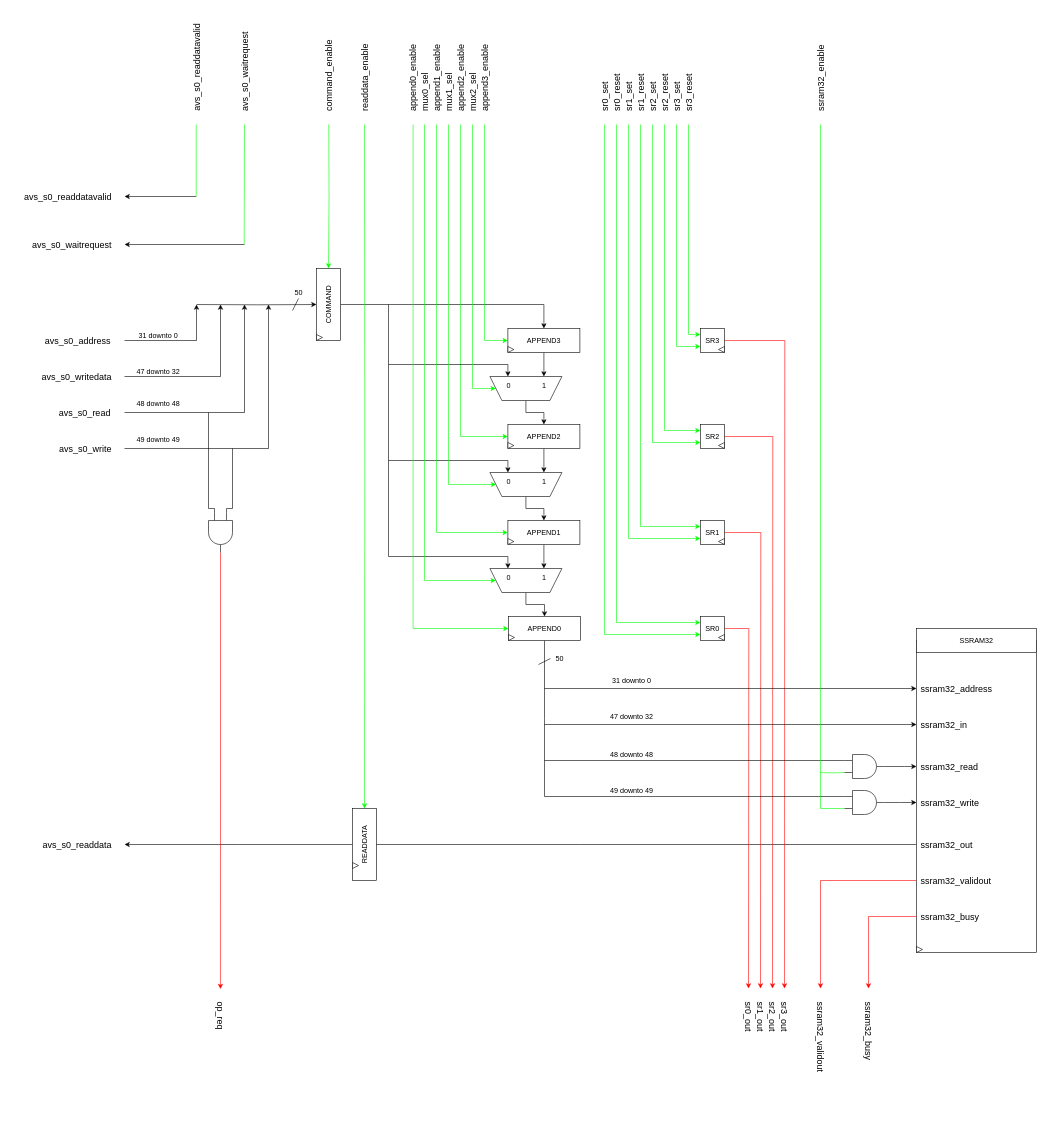
This is page "rtl_avalonside" (2 of 3) of rtl/avalon_hyperRAM_interface.drawio from AndreaBononi/IP_cores, a draw.io file, before an edit. Source tidied: cells renumbered, new cells numbered last; positions are measured from the earlier drawing's top-left corner, leaving out a move shared by most shapes. Both pictures are drawn from the tidied source at 60%, with x=0, y=0 at pixel (10, 52).
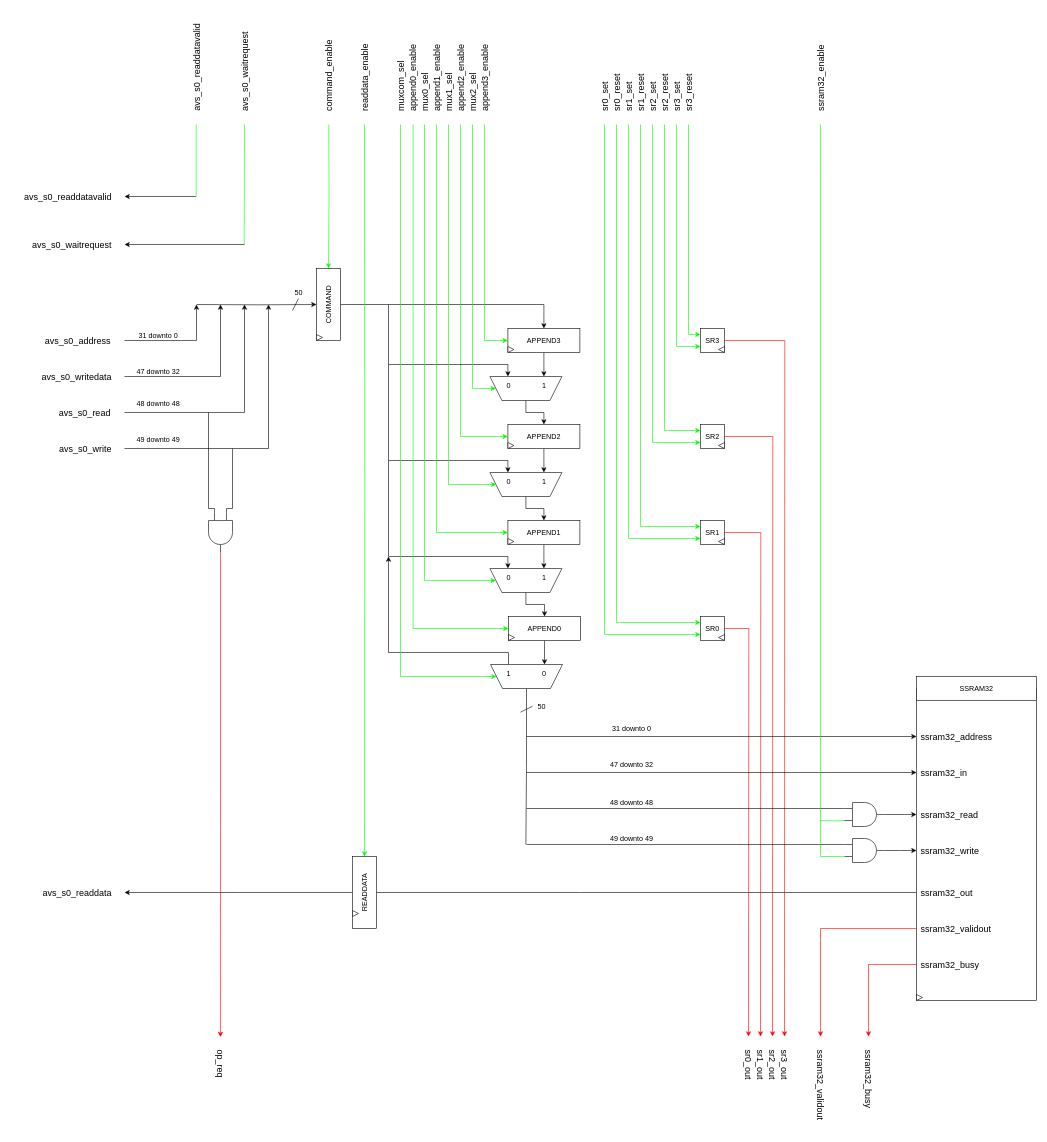
Above is the later version.

Unchanged cells that the change refers to:
```xml
<mxCell id="61" value="APPEND0" style="rounded=0;whiteSpace=wrap;html=1;direction=west;horizontal=1;" parent="1" vertex="1">
  <mxGeometry x="830" y="940" width="120" height="40" as="geometry" />
</mxCell>
<mxCell id="71" value="SR3" style="rounded=0;whiteSpace=wrap;html=1;" parent="1" vertex="1">
  <mxGeometry x="1150" y="460" width="40" height="40" as="geometry" />
</mxCell>
<mxCell id="74" value="SR2" style="rounded=0;whiteSpace=wrap;html=1;" parent="1" vertex="1">
  <mxGeometry x="1150" y="620" width="40" height="40" as="geometry" />
</mxCell>
<mxCell id="76" value="SR1" style="rounded=0;whiteSpace=wrap;html=1;" parent="1" vertex="1">
  <mxGeometry x="1150" y="780" width="40" height="40" as="geometry" />
</mxCell>
<mxCell id="78" value="SR0" style="rounded=0;whiteSpace=wrap;html=1;" parent="1" vertex="1">
  <mxGeometry x="1150" y="940" width="40" height="40" as="geometry" />
</mxCell>
<mxCell id="142" style="verticalLabelPosition=bottom;shadow=0;dashed=0;align=center;html=1;verticalAlign=top;shape=mxgraph.electrical.logic_gates.logic_gate;operation=and;direction=south;" parent="1" vertex="1">
  <mxGeometry x="330" y="766.7" width="40" height="66.7" as="geometry" />
</mxCell>
```

The edit, as a diff of the source:
```diff
@@
     <mxCell id="2" style="edgeStyle=orthogonalEdgeStyle;rounded=0;orthogonalLoop=1;jettySize=auto;html=1;entryX=0.5;entryY=0;entryDx=0;entryDy=0;" parent="1" edge="1">
       <mxGeometry relative="1" as="geometry">
-        <mxPoint x="1510" y="1320" as="sourcePoint" />
-        <mxPoint x="590" y="1320" as="targetPoint" />
+        <mxPoint x="1510" y="1400" as="sourcePoint" />
+        <mxPoint x="590" y="1400" as="targetPoint" />
         <Array as="points">
-          <mxPoint x="950" y="1320" />
-          <mxPoint x="950" y="1320" />
+          <mxPoint x="950" y="1400" />
+          <mxPoint x="950" y="1400" />
         </Array>
       </mxGeometry>
     </mxCell>
@@
     <mxCell id="4" value="avs_s0_readdata" style="text;html=1;align=right;verticalAlign=middle;strokeColor=none;fillColor=none;fontSize=15;" parent="1" vertex="1">
-      <mxGeometry x="30" y="1305" width="140" height="30" as="geometry" />
+      <mxGeometry x="30" y="1385" width="140" height="30" as="geometry" />
     </mxCell>
@@
     <mxCell id="13" style="edgeStyle=orthogonalEdgeStyle;rounded=0;orthogonalLoop=1;jettySize=auto;html=1;strokeColor=#FF0000;" parent="1" edge="1">
       <mxGeometry relative="1" as="geometry">
-        <mxPoint x="1510" y="1380" as="sourcePoint" />
-        <mxPoint x="1350" y="1560" as="targetPoint" />
+        <mxPoint x="1510" y="1460" as="sourcePoint" />
+        <mxPoint x="1350" y="1640" as="targetPoint" />
         <Array as="points">
-          <mxPoint x="1350" y="1380" />
+          <mxPoint x="1350" y="1460" />
         </Array>
       </mxGeometry>
     </mxCell>
     <mxCell id="14" style="rounded=0;whiteSpace=wrap;html=1;" parent="1" vertex="1">
-      <mxGeometry x="1510" y="980" width="200" height="520" as="geometry" />
+      <mxGeometry x="1510" y="1060" width="200" height="520" as="geometry" />
     </mxCell>
     <mxCell id="15" style="triangle;whiteSpace=wrap;html=1;" parent="1" vertex="1">
-      <mxGeometry x="1510" y="1490" width="10" height="10" as="geometry" />
+      <mxGeometry x="1510" y="1570" width="10" height="10" as="geometry" />
     </mxCell>
@@
     <mxCell id="19" value="&lt;font style=&quot;font-size: 15px;&quot;&gt;ssram32_address&lt;/font&gt;" style="text;html=1;align=left;verticalAlign=middle;strokeColor=none;fillColor=none;" parent="1" vertex="1">
-      <mxGeometry x="1515" y="1045" width="140" height="30" as="geometry" />
+      <mxGeometry x="1515" y="1125" width="140" height="30" as="geometry" />
     </mxCell>
     <mxCell id="20" value="SSRAM32" style="rounded=0;whiteSpace=wrap;html=1;" parent="1" vertex="1">
-      <mxGeometry x="1510" y="960" width="200" height="40" as="geometry" />
+      <mxGeometry x="1510" y="1040" width="200" height="40" as="geometry" />
     </mxCell>
@@
     <mxCell id="22" value="&lt;div&gt;&lt;font style=&quot;font-size: 15px;&quot;&gt;ssram32_out&lt;/font&gt;&lt;/div&gt;" style="text;html=1;align=left;verticalAlign=middle;strokeColor=none;fillColor=none;" parent="1" vertex="1">
-      <mxGeometry x="1515" y="1305" width="110" height="30" as="geometry" />
+      <mxGeometry x="1515" y="1385" width="110" height="30" as="geometry" />
     </mxCell>
     <mxCell id="23" value="&lt;div&gt;&lt;font style=&quot;font-size: 15px;&quot;&gt;ssram32_in&lt;/font&gt;&lt;/div&gt;" style="text;html=1;align=left;verticalAlign=middle;strokeColor=none;fillColor=none;" parent="1" vertex="1">
-      <mxGeometry x="1515" y="1105" width="100" height="30" as="geometry" />
+      <mxGeometry x="1515" y="1185" width="100" height="30" as="geometry" />
     </mxCell>
     <mxCell id="24" value="&lt;font style=&quot;font-size: 15px;&quot;&gt;ssram32_&lt;font style=&quot;font-size: 15px;&quot;&gt;validout&lt;/font&gt;&lt;/font&gt;" style="text;html=1;align=left;verticalAlign=middle;strokeColor=none;fillColor=none;" parent="1" vertex="1">
-      <mxGeometry x="1515" y="1365" width="140" height="30" as="geometry" />
+      <mxGeometry x="1515" y="1445" width="140" height="30" as="geometry" />
     </mxCell>
     <mxCell id="25" value="&lt;font style=&quot;font-size: 15px;&quot;&gt;ssram32_write&lt;/font&gt;" style="text;html=1;align=left;verticalAlign=middle;strokeColor=none;fillColor=none;rotation=0;" parent="1" vertex="1">
-      <mxGeometry x="1515" y="1235" width="120" height="30" as="geometry" />
+      <mxGeometry x="1515" y="1315" width="120" height="30" as="geometry" />
     </mxCell>
     <mxCell id="26" value="&lt;font style=&quot;font-size: 15px;&quot;&gt;ssram32_read&lt;/font&gt;" style="text;html=1;align=left;verticalAlign=middle;strokeColor=none;fillColor=none;rotation=0;" parent="1" vertex="1">
-      <mxGeometry x="1515" y="1175" width="120" height="30" as="geometry" />
+      <mxGeometry x="1515" y="1255" width="120" height="30" as="geometry" />
     </mxCell>
@@
     <mxCell id="33" style="edgeStyle=orthogonalEdgeStyle;rounded=0;jettySize=auto;html=1;exitX=0.5;exitY=1;exitDx=0;exitDy=0;" parent="1" edge="1" source="35">
       <mxGeometry relative="1" as="geometry">
-        <mxPoint x="190" y="1320" as="targetPoint" />
+        <mxPoint x="190" y="1400" as="targetPoint" />
       </mxGeometry>
     </mxCell>
@@
     <mxCell id="35" value="READDATA" style="rounded=0;whiteSpace=wrap;html=1;direction=south;horizontal=0;" parent="1" vertex="1">
-      <mxGeometry x="570" y="1260" width="40" height="120" as="geometry" />
+      <mxGeometry x="570" y="1340" width="40" height="120" as="geometry" />
     </mxCell>
     <mxCell id="36" style="triangle;whiteSpace=wrap;html=1;direction=east;" parent="1" vertex="1">
-      <mxGeometry x="570" y="1350" width="10" height="10" as="geometry" />
+      <mxGeometry x="570" y="1430" width="10" height="10" as="geometry" />
     </mxCell>
     <mxCell id="37" value="op_req" style="text;html=1;align=left;verticalAlign=middle;strokeColor=none;fillColor=none;fontSize=15;rotation=90;" parent="1" vertex="1">
-      <mxGeometry x="315" y="1600" width="70" height="30" as="geometry" />
+      <mxGeometry x="315" y="1680" width="70" height="30" as="geometry" />
     </mxCell>
@@
-    <mxCell id="60" style="edgeStyle=orthogonalEdgeStyle;rounded=0;jettySize=auto;html=1;exitX=0.5;exitY=0;exitDx=0;exitDy=0;endArrow=none;endFill=0;" parent="1" edge="1" source="61">
+    <mxCell id="60" style="edgeStyle=orthogonalEdgeStyle;rounded=0;jettySize=auto;html=1;endArrow=none;endFill=0;exitX=0.5;exitY=0;exitDx=0;exitDy=0;" parent="1" edge="1" source="149">
       <mxGeometry relative="1" as="geometry">
-        <mxPoint x="890" y="1240" as="targetPoint" />
+        <mxPoint x="859" y="1320" as="targetPoint" />
       </mxGeometry>
     </mxCell>
+    <mxCell id="146" style="edgeStyle=orthogonalEdgeStyle;rounded=0;jettySize=auto;html=1;exitX=0.5;exitY=0;exitDx=0;exitDy=0;entryX=0.25;entryY=1;entryDx=0;entryDy=0;" parent="1" edge="1" source="61" target="149">
+      <mxGeometry relative="1" as="geometry" />
+    </mxCell>
@@
     <mxCell id="66" style="edgeStyle=orthogonalEdgeStyle;rounded=0;jettySize=auto;html=1;exitX=1;exitY=0.5;exitDx=0;exitDy=0;strokeColor=#FF0000;" parent="1" edge="1" source="71">
       <mxGeometry relative="1" as="geometry">
-        <mxPoint x="1290" y="1560" as="targetPoint" />
+        <mxPoint x="1290" y="1640" as="targetPoint" />
       </mxGeometry>
     </mxCell>
@@
     <mxCell id="73" style="edgeStyle=orthogonalEdgeStyle;rounded=0;jettySize=auto;html=1;exitX=1;exitY=0.5;exitDx=0;exitDy=0;strokeColor=#FF0000;" parent="1" edge="1" source="74">
       <mxGeometry relative="1" as="geometry">
-        <mxPoint x="1270" y="1560" as="targetPoint" />
+        <mxPoint x="1270" y="1640" as="targetPoint" />
       </mxGeometry>
     </mxCell>
@@
     <mxCell id="75" style="edgeStyle=orthogonalEdgeStyle;rounded=0;jettySize=auto;html=1;exitX=1;exitY=0.5;exitDx=0;exitDy=0;strokeColor=#FF0000;" parent="1" edge="1" source="76">
       <mxGeometry relative="1" as="geometry">
-        <mxPoint x="1250" y="1560" as="targetPoint" />
+        <mxPoint x="1250" y="1640" as="targetPoint" />
       </mxGeometry>
     </mxCell>
@@
     <mxCell id="77" style="edgeStyle=orthogonalEdgeStyle;rounded=0;jettySize=auto;html=1;exitX=1;exitY=0.5;exitDx=0;exitDy=0;strokeColor=#FF0000;" parent="1" edge="1" source="78">
       <mxGeometry relative="1" as="geometry">
-        <mxPoint x="1230" y="1560" as="targetPoint" />
+        <mxPoint x="1230" y="1640" as="targetPoint" />
       </mxGeometry>
     </mxCell>
@@
     <mxCell id="90" style="endArrow=none;html=1;rounded=0;endFill=0;entryX=0;entryY=0.25;entryDx=0;entryDy=0;entryPerimeter=0;" parent="1" edge="1" target="104">
       <mxGeometry relative="1" as="geometry">
-        <mxPoint x="890" y="1180" as="sourcePoint" />
+        <mxPoint x="860" y="1260" as="sourcePoint" />
       </mxGeometry>
     </mxCell>
     <mxCell id="91" style="endArrow=none;html=1;rounded=0;endFill=0;" parent="1" edge="1">
       <mxGeometry relative="1" as="geometry">
-        <mxPoint x="890" y="1240" as="sourcePoint" />
-        <mxPoint x="1390" y="1240" as="targetPoint" />
+        <mxPoint x="860" y="1320" as="sourcePoint" />
+        <mxPoint x="1390" y="1320" as="targetPoint" />
       </mxGeometry>
     </mxCell>
     <mxCell id="92" style="endArrow=classic;html=1;rounded=0;" parent="1" edge="1">
       <mxGeometry relative="1" as="geometry">
-        <mxPoint x="890" y="1120" as="sourcePoint" />
-        <mxPoint x="1510" y="1120" as="targetPoint" />
+        <mxPoint x="860" y="1200" as="sourcePoint" />
+        <mxPoint x="1510" y="1200" as="targetPoint" />
       </mxGeometry>
     </mxCell>
     <mxCell id="93" style="endArrow=classic;html=1;rounded=0;" parent="1" edge="1">
       <mxGeometry relative="1" as="geometry">
-        <mxPoint x="890" y="1060" as="sourcePoint" />
-        <mxPoint x="1510" y="1060" as="targetPoint" />
+        <mxPoint x="860" y="1140" as="sourcePoint" />
+        <mxPoint x="1510" y="1140" as="targetPoint" />
       </mxGeometry>
     </mxCell>
@@
     <mxCell id="96" style="endArrow=none;html=1;rounded=0;" parent="1" edge="1">
       <mxGeometry relative="1" as="geometry">
-        <mxPoint x="880" y="1020" as="sourcePoint" />
-        <mxPoint x="900" y="1010" as="targetPoint" />
+        <mxPoint x="850" y="1099.5" as="sourcePoint" />
+        <mxPoint x="870" y="1089.5" as="targetPoint" />
       </mxGeometry>
     </mxCell>
     <mxCell id="97" value="50" style="text;html=1;align=center;verticalAlign=middle;strokeColor=none;fillColor=none;" parent="1" vertex="1">
-      <mxGeometry x="895" y="995" width="40" height="30" as="geometry" />
+      <mxGeometry x="865" y="1074.5" width="40" height="30" as="geometry" />
     </mxCell>
     <mxCell id="98" value="&lt;font style=&quot;font-size: 12px;&quot;&gt;31 downto 0&lt;/font&gt;" style="text;html=1;align=center;verticalAlign=middle;strokeColor=none;fillColor=none;fontSize=15;" parent="1" vertex="1">
-      <mxGeometry x="990" y="1030" width="90" height="30" as="geometry" />
+      <mxGeometry x="990" y="1110" width="90" height="30" as="geometry" />
     </mxCell>
     <mxCell id="99" value="&lt;font style=&quot;font-size: 12px;&quot;&gt;47 downto 32&lt;/font&gt;" style="text;html=1;align=center;verticalAlign=middle;strokeColor=none;fillColor=none;fontSize=15;" parent="1" vertex="1">
-      <mxGeometry x="985" y="1090" width="100" height="30" as="geometry" />
+      <mxGeometry x="985" y="1170" width="100" height="30" as="geometry" />
     </mxCell>
     <mxCell id="100" value="48 downto 48" style="text;html=1;align=center;verticalAlign=middle;strokeColor=none;fillColor=none;" parent="1" vertex="1">
-      <mxGeometry x="985" y="1155" width="100" height="30" as="geometry" />
+      <mxGeometry x="985" y="1235" width="100" height="30" as="geometry" />
     </mxCell>
     <mxCell id="101" value="49 downto 49" style="text;html=1;align=center;verticalAlign=middle;strokeColor=none;fillColor=none;" parent="1" vertex="1">
-      <mxGeometry x="985" y="1215" width="100" height="30" as="geometry" />
+      <mxGeometry x="985" y="1295" width="100" height="30" as="geometry" />
     </mxCell>
     <mxCell id="102" style="edgeStyle=orthogonalEdgeStyle;rounded=0;jettySize=auto;html=1;exitX=1;exitY=0.5;exitDx=0;exitDy=0;exitPerimeter=0;" parent="1" edge="1" source="104">
       <mxGeometry relative="1" as="geometry">
-        <mxPoint x="1510" y="1190" as="targetPoint" />
+        <mxPoint x="1510" y="1270" as="targetPoint" />
         <Array as="points">
-          <mxPoint x="1490" y="1190" />
-          <mxPoint x="1490" y="1190" />
+          <mxPoint x="1490" y="1270" />
+          <mxPoint x="1490" y="1270" />
         </Array>
       </mxGeometry>
     </mxCell>
     <mxCell id="103" style="edgeStyle=orthogonalEdgeStyle;rounded=0;jettySize=auto;html=1;exitX=0;exitY=0.75;exitDx=0;exitDy=0;exitPerimeter=0;entryX=0;entryY=0.75;entryDx=0;entryDy=0;entryPerimeter=0;strokeColor=#00FF00;endArrow=none;endFill=0;" parent="1" edge="1" target="104">
       <mxGeometry relative="1" as="geometry">
-        <mxPoint x="1350" y="1200.1" as="sourcePoint" />
+        <mxPoint x="1350" y="1280.1" as="sourcePoint" />
       </mxGeometry>
     </mxCell>
     <mxCell id="104" style="verticalLabelPosition=bottom;shadow=0;dashed=0;align=center;html=1;verticalAlign=top;shape=mxgraph.electrical.logic_gates.logic_gate;operation=and;" parent="1" vertex="1">
-      <mxGeometry x="1390" y="1170" width="66.7" height="40" as="geometry" />
+      <mxGeometry x="1390" y="1250" width="66.7" height="40" as="geometry" />
     </mxCell>
     <mxCell id="105" style="edgeStyle=orthogonalEdgeStyle;rounded=0;jettySize=auto;html=1;exitX=1;exitY=0.5;exitDx=0;exitDy=0;exitPerimeter=0;" parent="1" edge="1" source="107">
       <mxGeometry relative="1" as="geometry">
-        <mxPoint x="1510" y="1250" as="targetPoint" />
+        <mxPoint x="1510" y="1330" as="targetPoint" />
       </mxGeometry>
     </mxCell>
-    <mxCell id="106" style="edgeStyle=orthogonalEdgeStyle;rounded=0;jettySize=auto;html=1;exitX=0;exitY=0.75;exitDx=0;exitDy=0;exitPerimeter=0;entryX=0;entryY=0.75;entryDx=0;entryDy=0;entryPerimeter=0;strokeColor=#00FF00;endArrow=none;endFill=0;" parent="1" edge="1" target="107">
+    <mxCell id="106" style="edgeStyle=orthogonalEdgeStyle;rounded=0;jettySize=auto;html=1;entryX=0;entryY=0.75;entryDx=0;entryDy=0;entryPerimeter=0;strokeColor=#00FF00;endArrow=none;endFill=0;" parent="1" edge="1" target="107">
       <mxGeometry relative="1" as="geometry">
         <mxPoint x="1350" y="120" as="sourcePoint" />
         <Array as="points">
-          <mxPoint x="1350" y="120" />
-          <mxPoint x="1350" y="1260" />
+          <mxPoint x="1350" y="200" />
+          <mxPoint x="1350" y="1340" />
         </Array>
       </mxGeometry>
     </mxCell>
     <mxCell id="107" style="verticalLabelPosition=bottom;shadow=0;dashed=0;align=center;html=1;verticalAlign=top;shape=mxgraph.electrical.logic_gates.logic_gate;operation=and;" parent="1" vertex="1">
-      <mxGeometry x="1390" y="1230" width="66.7" height="40" as="geometry" />
+      <mxGeometry x="1390" y="1310" width="66.7" height="40" as="geometry" />
     </mxCell>
@@
     <mxCell id="134" value="sr0_out" style="text;html=1;align=left;verticalAlign=middle;strokeColor=none;fillColor=none;fontSize=15;rotation=90;" parent="1" vertex="1">
-      <mxGeometry x="1195" y="1600" width="70" height="30" as="geometry" />
+      <mxGeometry x="1195" y="1680" width="70" height="30" as="geometry" />
     </mxCell>
     <mxCell id="135" value="&lt;div&gt;sr1_out&lt;/div&gt;" style="text;html=1;align=left;verticalAlign=middle;strokeColor=none;fillColor=none;fontSize=15;rotation=90;" parent="1" vertex="1">
-      <mxGeometry x="1215" y="1600" width="70" height="30" as="geometry" />
+      <mxGeometry x="1215" y="1680" width="70" height="30" as="geometry" />
     </mxCell>
     <mxCell id="136" value="sr2_out" style="text;html=1;align=left;verticalAlign=middle;strokeColor=none;fillColor=none;fontSize=15;rotation=90;" parent="1" vertex="1">
-      <mxGeometry x="1235" y="1600" width="70" height="30" as="geometry" />
+      <mxGeometry x="1235" y="1680" width="70" height="30" as="geometry" />
     </mxCell>
     <mxCell id="137" value="sr3_out" style="text;html=1;align=left;verticalAlign=middle;strokeColor=none;fillColor=none;fontSize=15;rotation=90;" parent="1" vertex="1">
-      <mxGeometry x="1255" y="1600" width="70" height="30" as="geometry" />
+      <mxGeometry x="1255" y="1680" width="70" height="30" as="geometry" />
     </mxCell>
     <mxCell id="138" value="ssram32_validout" style="text;html=1;align=left;verticalAlign=middle;strokeColor=none;fillColor=none;fontSize=15;rotation=90;" parent="1" vertex="1">
-      <mxGeometry x="1280" y="1635" width="140" height="30" as="geometry" />
+      <mxGeometry x="1280" y="1715" width="140" height="30" as="geometry" />
     </mxCell>
@@
     <mxCell id="141" style="edgeStyle=orthogonalEdgeStyle;rounded=0;jettySize=auto;html=1;exitX=1;exitY=0.5;exitDx=0;exitDy=0;exitPerimeter=0;strokeColor=#FF0000;" parent="1" edge="1" source="142">
       <mxGeometry relative="1" as="geometry">
-        <mxPoint x="349.9" y="1560.9" as="targetPoint" />
+        <mxPoint x="349.9" y="1640.9" as="targetPoint" />
       </mxGeometry>
     </mxCell>
@@
     <mxCell id="143" value="&lt;font style=&quot;font-size: 15px;&quot;&gt;ssram32_busy&lt;/font&gt;" style="text;html=1;align=left;verticalAlign=middle;strokeColor=none;fillColor=none;" parent="1" vertex="1">
-      <mxGeometry x="1515" y="1425" width="120" height="30" as="geometry" />
+      <mxGeometry x="1515" y="1505" width="120" height="30" as="geometry" />
     </mxCell>
     <mxCell id="144" style="edgeStyle=orthogonalEdgeStyle;rounded=0;orthogonalLoop=1;jettySize=auto;html=1;strokeColor=#FF0000;" parent="1" edge="1">
       <mxGeometry relative="1" as="geometry">
-        <mxPoint x="1510" y="1440" as="sourcePoint" />
-        <mxPoint x="1430" y="1560" as="targetPoint" />
+        <mxPoint x="1510" y="1520" as="sourcePoint" />
+        <mxPoint x="1430" y="1640" as="targetPoint" />
         <Array as="points">
-          <mxPoint x="1430" y="1440" />
+          <mxPoint x="1430" y="1520" />
         </Array>
       </mxGeometry>
     </mxCell>
     <mxCell id="145" value="&lt;div&gt;ssram32_busy&lt;/div&gt;" style="text;html=1;align=left;verticalAlign=middle;strokeColor=none;fillColor=none;fontSize=15;rotation=90;" parent="1" vertex="1">
-      <mxGeometry x="1370" y="1625" width="120" height="30" as="geometry" />
+      <mxGeometry x="1370" y="1705" width="120" height="30" as="geometry" />
     </mxCell>
+    <mxCell id="147" style="edgeStyle=orthogonalEdgeStyle;rounded=0;jettySize=auto;html=1;exitX=0.75;exitY=1;exitDx=0;exitDy=0;" parent="1" edge="1" source="149">
+      <mxGeometry relative="1" as="geometry">
+        <mxPoint x="630" y="840" as="targetPoint" />
+        <Array as="points">
+          <mxPoint x="830" y="1000" />
+          <mxPoint x="630" y="1000" />
+        </Array>
+      </mxGeometry>
+    </mxCell>
+    <mxCell id="148" style="edgeStyle=orthogonalEdgeStyle;rounded=0;jettySize=auto;html=1;entryX=1;entryY=0.5;entryDx=0;entryDy=0;fontColor=#00FF00;strokeColor=#00FF00;" parent="1" edge="1" target="149">
+      <mxGeometry relative="1" as="geometry">
+        <mxPoint x="650" y="120" as="sourcePoint" />
+        <Array as="points">
+          <mxPoint x="650" y="1040" />
+        </Array>
+      </mxGeometry>
+    </mxCell>
+    <mxCell id="149" style="shape=trapezoid;perimeter=trapezoidPerimeter;whiteSpace=wrap;html=1;fixedSize=1;direction=west;" parent="1" vertex="1">
+      <mxGeometry x="800" y="1020" width="120" height="40" as="geometry" />
+    </mxCell>
+    <mxCell id="150" value="0" style="text;html=1;align=center;verticalAlign=middle;strokeColor=none;fillColor=none;" parent="1" vertex="1">
+      <mxGeometry x="874" y="1020" width="30" height="30" as="geometry" />
+    </mxCell>
+    <mxCell id="151" value="1" style="text;html=1;align=center;verticalAlign=middle;strokeColor=none;fillColor=none;" parent="1" vertex="1">
+      <mxGeometry x="815" y="1020" width="30" height="30" as="geometry" />
+    </mxCell>
+    <mxCell id="152" value="muxcom_sel" style="text;html=1;align=left;verticalAlign=middle;strokeColor=none;fillColor=none;fontSize=15;rotation=-90;" parent="1" vertex="1">
+      <mxGeometry x="595" y="30" width="110" height="30" as="geometry" />
+    </mxCell>
```
